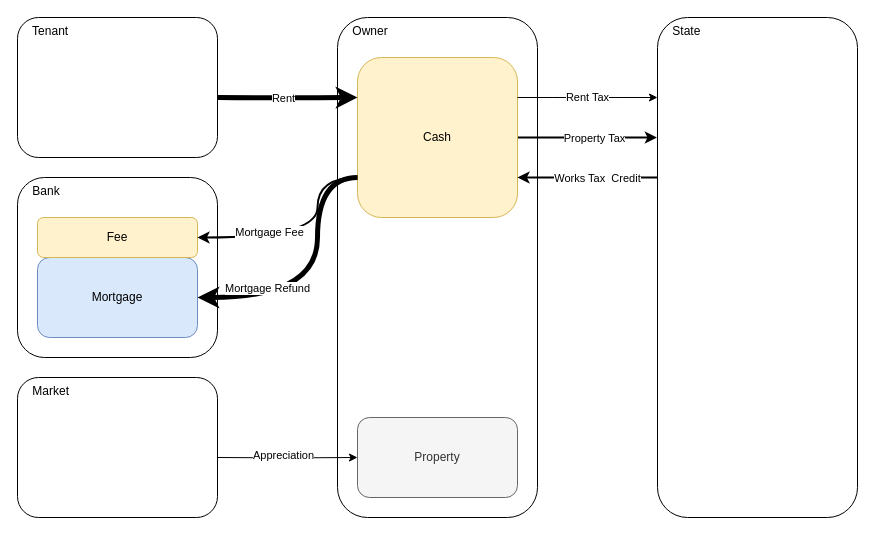
Earlier version of the draw.io diagram schema/operating.drawio (victorgrappe/domus). Source tidied: cells renumbered, new cells numbered last; positions are measured from the earlier drawing's top-left corner, leaving out a move shared by most shapes. Both pictures are drawn from the tidied source at 100%, with x=0, y=0 at pixel (17, 17).
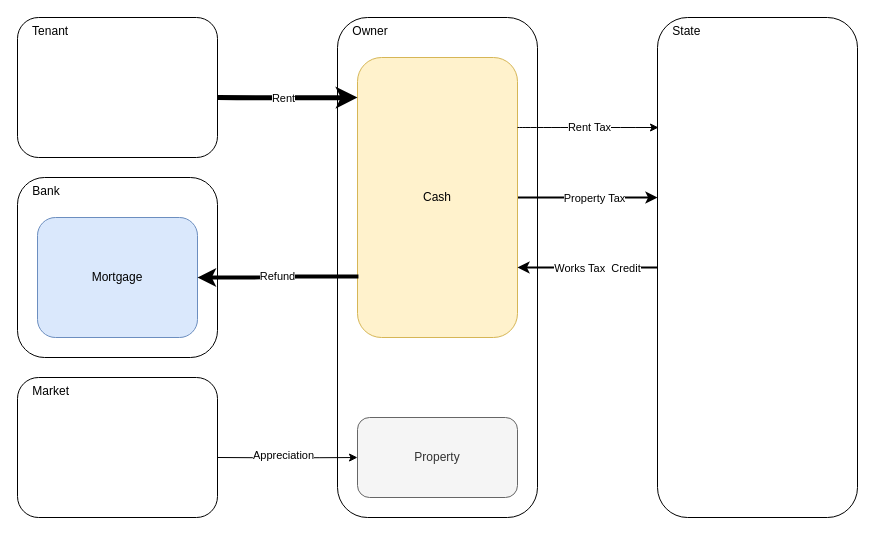
After the change.

The change refers to these unchanged cells:
```xml
<mxCell id="17" value="&amp;nbsp; &amp;nbsp; State" style="rounded=1;whiteSpace=wrap;html=1;verticalAlign=top;align=left;" parent="1" vertex="1">
  <mxGeometry x="640" width="200" height="500" as="geometry" />
</mxCell>
```

Diff of the diagram source:
```diff
@@
-    <mxCell id="4" style="edgeStyle=orthogonalEdgeStyle;curved=1;rounded=0;jettySize=auto;html=1;entryX=-0.003;entryY=0.24;entryDx=0;entryDy=0;entryPerimeter=0;labelBackgroundColor=#FFFFFF;startArrow=none;startFill=0;strokeWidth=2;fillColor=#ffffff;" parent="1" edge="1" source="6" target="17">
+    <mxCell id="4" style="edgeStyle=orthogonalEdgeStyle;curved=1;rounded=0;jettySize=auto;html=1;entryX=0;entryY=0.36;entryDx=0;entryDy=0;entryPerimeter=0;labelBackgroundColor=#FFFFFF;startArrow=none;startFill=0;strokeWidth=2;fillColor=#ffffff;" parent="1" edge="1" source="6" target="17">
       <mxGeometry relative="1" as="geometry" />
     </mxCell>
@@
     <mxCell id="6" value="Cash" style="rounded=1;whiteSpace=wrap;html=1;fillColor=#fff2cc;strokeColor=#d6b656;" parent="1" vertex="1">
-      <mxGeometry x="340" y="40" width="160" height="160" as="geometry" />
+      <mxGeometry x="340" y="40" width="160" height="280" as="geometry" />
     </mxCell>
@@
     <mxCell id="12" value="Mortgage" style="rounded=1;whiteSpace=wrap;html=1;fillColor=#dae8fc;strokeColor=#6c8ebf;" parent="1" vertex="1">
-      <mxGeometry x="20" y="240" width="160" height="80" as="geometry" />
+      <mxGeometry x="20" y="200" width="160" height="120" as="geometry" />
     </mxCell>
-    <mxCell id="13" style="edgeStyle=orthogonalEdgeStyle;curved=1;rounded=0;jettySize=auto;html=1;entryX=0;entryY=0.25;entryDx=0;entryDy=0;labelBackgroundColor=#FFFFFF;startArrow=none;startFill=0;strokeWidth=5;fillColor=#ffffff;" parent="1" edge="1" target="6">
+    <mxCell id="13" style="edgeStyle=orthogonalEdgeStyle;curved=1;rounded=0;jettySize=auto;html=1;entryX=0;entryY=0.143;entryDx=0;entryDy=0;labelBackgroundColor=#FFFFFF;startArrow=none;startFill=0;strokeWidth=5;fillColor=#ffffff;entryPerimeter=0;" parent="1" edge="1" target="6">
       <mxGeometry relative="1" as="geometry">
         <mxPoint x="200" y="80" as="sourcePoint" />
       </mxGeometry>
     </mxCell>
@@
-    <mxCell id="15" style="edgeStyle=orthogonalEdgeStyle;curved=1;rounded=0;jettySize=auto;html=1;entryX=1;entryY=0.75;entryDx=0;entryDy=0;labelBackgroundColor=#FFFFFF;startArrow=none;startFill=0;strokeWidth=2;fillColor=#ffffff;exitX=0.005;exitY=0.32;exitDx=0;exitDy=0;exitPerimeter=0;" parent="1" edge="1" source="17" target="6">
+    <mxCell id="15" style="edgeStyle=orthogonalEdgeStyle;curved=1;rounded=0;jettySize=auto;html=1;entryX=1;entryY=0.75;entryDx=0;entryDy=0;labelBackgroundColor=#FFFFFF;startArrow=none;startFill=0;strokeWidth=2;fillColor=#ffffff;exitX=0;exitY=0.5;exitDx=0;exitDy=0;" parent="1" edge="1" source="17" target="6">
       <mxGeometry relative="1" as="geometry" />
     </mxCell>
@@
-    <mxCell id="18" style="edgeStyle=orthogonalEdgeStyle;curved=1;rounded=0;jettySize=auto;html=1;entryX=1;entryY=0.5;entryDx=0;entryDy=0;labelBackgroundColor=#FFFFFF;startArrow=none;startFill=0;strokeWidth=5;fillColor=#ffffff;exitX=0;exitY=0.75;exitDx=0;exitDy=0;" parent="1" edge="1" source="6" target="12">
-      <mxGeometry relative="1" as="geometry">
-        <Array as="points">
-          <mxPoint x="300" y="160" />
-          <mxPoint x="300" y="280" />
-        </Array>
-      </mxGeometry>
-    </mxCell>
-    <mxCell id="19" value="Mortgage Refund" style="edgeLabel;html=1;align=center;verticalAlign=middle;" parent="18" vertex="1">
-      <mxGeometry x="0.51" y="-10" relative="1" as="geometry" />
-    </mxCell>
-    <mxCell id="20" value="Fee" style="rounded=1;whiteSpace=wrap;html=1;fillColor=#fff2cc;strokeColor=#d6b656;" parent="1" vertex="1">
-      <mxGeometry x="20" y="200" width="160" height="40" as="geometry" />
-    </mxCell>
-    <mxCell id="21" style="edgeStyle=orthogonalEdgeStyle;curved=1;rounded=0;jettySize=auto;html=1;exitX=1;exitY=0.25;exitDx=0;exitDy=0;labelBackgroundColor=#FFFFFF;startArrow=none;startFill=0;strokeWidth=1;fillColor=#ffffff;" parent="1" edge="1" source="6">
-      <mxGeometry relative="1" as="geometry">
-        <mxPoint x="640" y="80" as="targetPoint" />
-      </mxGeometry>
+    <mxCell id="21" style="edgeStyle=orthogonalEdgeStyle;curved=1;rounded=0;jettySize=auto;html=1;exitX=1;exitY=0.25;exitDx=0;exitDy=0;labelBackgroundColor=#FFFFFF;startArrow=none;startFill=0;strokeWidth=1;fillColor=#ffffff;entryX=0.005;entryY=0.22;entryDx=0;entryDy=0;entryPerimeter=0;" parent="1" edge="1" source="6" target="17">
+      <mxGeometry relative="1" as="geometry" />
     </mxCell>
@@
-    <mxCell id="23" style="edgeStyle=orthogonalEdgeStyle;curved=1;rounded=0;jettySize=auto;html=1;entryX=1;entryY=0.5;entryDx=0;entryDy=0;labelBackgroundColor=#FFFFFF;startArrow=none;startFill=0;strokeWidth=2;fillColor=#ffffff;exitX=0;exitY=0.75;exitDx=0;exitDy=0;" parent="1" edge="1" source="6" target="20">
-      <mxGeometry relative="1" as="geometry">
-        <Array as="points">
-          <mxPoint x="300" y="160" />
-          <mxPoint x="300" y="220" />
-        </Array>
-      </mxGeometry>
-    </mxCell>
-    <mxCell id="24" value="Mortgage Fee" style="edgeLabel;html=1;align=center;verticalAlign=middle;" parent="23" vertex="1">
-      <mxGeometry x="0.35" y="-6" relative="1" as="geometry" />
-    </mxCell>
+    <mxCell id="18" value="Refund" style="edgeStyle=orthogonalEdgeStyle;rounded=0;jettySize=auto;html=1;exitX=0.006;exitY=0.782;exitDx=0;exitDy=0;entryX=1;entryY=0.5;entryDx=0;entryDy=0;curved=1;strokeWidth=4;exitPerimeter=0;" parent="1" edge="1" source="6" target="12">
+      <mxGeometry relative="1" as="geometry" />
+    </mxCell>
```
